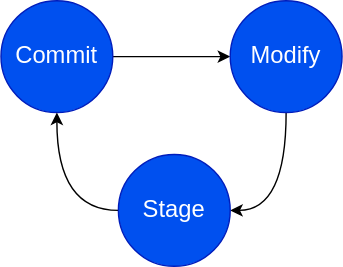
Earlier version of the draw.io export content/post/git-2-theory/cycle.drawio.svg (nidrissi/web). Source tidied: cells renumbered, new cells last; positions are measured from the earlier drawing's top-left corner, leaving out a move shared by most shapes.
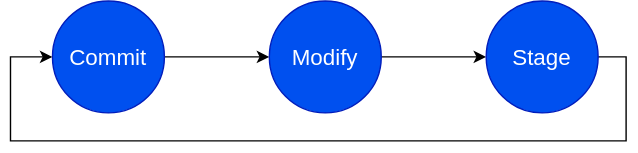
After the commit.

What changed in the source:
```diff
@@ -2,23 +2,30 @@
   <root>
     <mxCell id="0" />
     <mxCell id="1" parent="0" />
-    <mxCell id="2" style="edgeStyle=orthogonalEdgeStyle;rounded=0;jettySize=auto;html=1;curved=1;fontSize=17;" parent="1" edge="1" source="3" target="5">
+    <mxCell id="2" style="edgeStyle=orthogonalEdgeStyle;rounded=0;jettySize=auto;html=1;curved=1;fontSize=16;" parent="1" edge="1" source="3" target="5">
       <mxGeometry relative="1" as="geometry" />
     </mxCell>
-    <mxCell id="3" value="Commit" style="ellipse;whiteSpace=wrap;html=1;fillColor=#0050ef;strokeColor=#001DBC;fontColor=#ffffff;fontSize=17;" parent="1" vertex="1">
+    <mxCell id="3" value="Commit" style="ellipse;whiteSpace=wrap;html=1;fillColor=#0050ef;strokeColor=#001DBC;fontColor=#ffffff;fontSize=16;" parent="1" vertex="1">
       <mxGeometry width="80" height="80" as="geometry" />
     </mxCell>
-    <mxCell id="4" style="edgeStyle=orthogonalEdgeStyle;curved=1;rounded=0;jettySize=auto;html=1;exitX=0.5;exitY=1;exitDx=0;exitDy=0;entryX=0.5;entryY=0;entryDx=0;entryDy=0;fontSize=17;" parent="1" edge="1" source="5" target="7">
-      <mxGeometry relative="1" as="geometry" />
-    </mxCell>
+    <mxCell id="6" style="edgeStyle=orthogonalEdgeStyle;rounded=0;jettySize=auto;html=1;fontSize=16;" parent="1" edge="1" source="5" target="7">
+      <mxGeometry relative="1" as="geometry" />
+    </mxCell>
-    <mxCell id="5" value="Modify" style="ellipse;whiteSpace=wrap;html=1;fillColor=#0050ef;strokeColor=#001DBC;fontColor=#ffffff;fontSize=17;" parent="1" vertex="1">
-      <mxGeometry x="164" width="80" height="80" as="geometry" />
+    <mxCell id="5" value="Modify" style="ellipse;whiteSpace=wrap;html=1;fillColor=#0050ef;strokeColor=#001DBC;fontColor=#ffffff;fontSize=16;" parent="1" vertex="1">
+      <mxGeometry x="155" width="80" height="80" as="geometry" />
     </mxCell>
-    <mxCell id="6" style="edgeStyle=orthogonalEdgeStyle;curved=1;rounded=0;jettySize=auto;html=1;exitX=0.5;exitY=1;exitDx=0;exitDy=0;entryX=0.5;entryY=1;entryDx=0;entryDy=0;fontSize=17;" parent="1" edge="1" source="7" target="3">
-      <mxGeometry relative="1" as="geometry" />
-    </mxCell>
+    <mxCell id="8" style="edgeStyle=orthogonalEdgeStyle;rounded=0;jettySize=auto;html=1;exitX=0.5;exitY=0;exitDx=0;exitDy=0;entryX=0;entryY=0.5;entryDx=0;entryDy=0;fontSize=16;" parent="1" edge="1" source="7" target="3">
+      <mxGeometry relative="1" as="geometry">
+        <Array as="points">
+          <mxPoint x="410" y="40" />
+          <mxPoint x="410" y="100" />
+          <mxPoint x="-30" y="100" />
+          <mxPoint x="-30" y="40" />
+        </Array>
+      </mxGeometry>
+    </mxCell>
-    <mxCell id="7" value="Stage" style="ellipse;whiteSpace=wrap;html=1;direction=south;fillColor=#0050ef;strokeColor=#001DBC;fontColor=#ffffff;fontSize=17;" parent="1" vertex="1">
-      <mxGeometry x="84" y="110" width="80" height="80" as="geometry" />
+    <mxCell id="7" value="Stage" style="ellipse;whiteSpace=wrap;html=1;direction=south;fillColor=#0050ef;strokeColor=#001DBC;fontColor=#ffffff;fontSize=16;" parent="1" vertex="1">
+      <mxGeometry x="310" width="80" height="80" as="geometry" />
     </mxCell>
   </root>
 </mxGraphModel>
```
